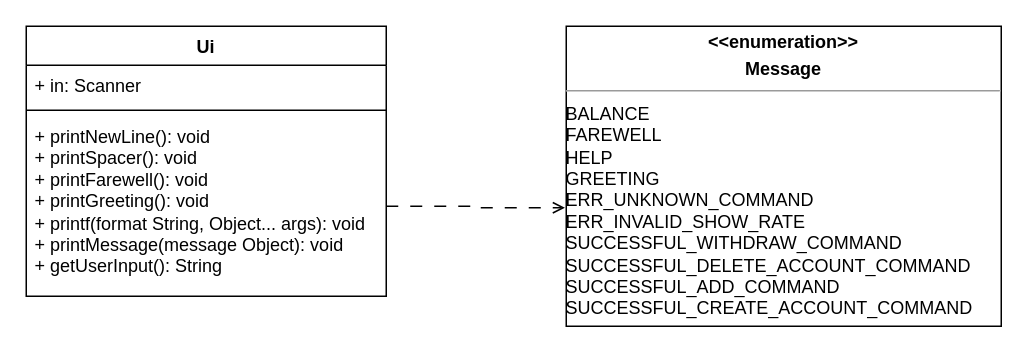
Above: diagrams/UiClassDiagram.drawio in woowenjun99/tp (draw.io), before the change. Source tidied: cells renumbered, new cells numbered last; positions are measured from the earlier drawing's top-left corner, leaving out a move shared by most shapes. Both pictures are drawn from the tidied source at 150%, with x=0, y=0 at pixel (26, 26).
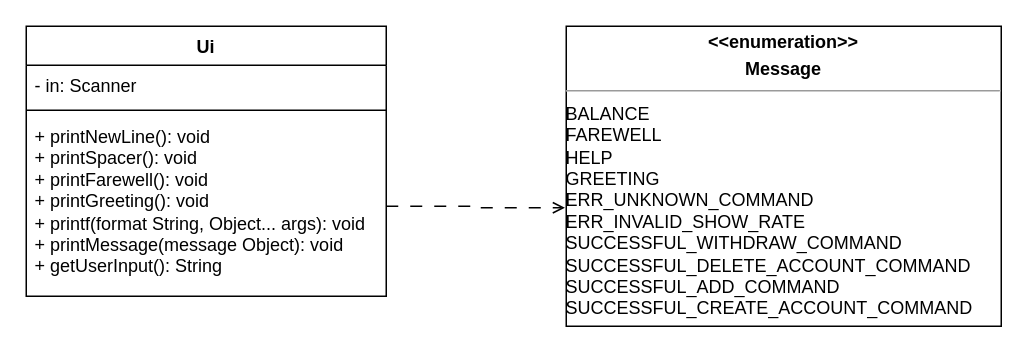
The same diagram, later.

Commit message:
Change the ui class diagram drawio

What changed in the source:
```diff
@@
 <mxGraphModel>
   <root>
     <mxCell id="0" />
     <mxCell id="1" parent="0" />
     <mxCell id="2" value="Ui" style="swimlane;fontStyle=1;align=center;verticalAlign=top;horizontal=1;startSize=26;whiteSpace=wrap;html=1;" parent="1" vertex="1">
       <mxGeometry width="240" height="180" as="geometry" />
     </mxCell>
-    <mxCell id="3" value="+ in: Scanner" style="text;strokeColor=none;fillColor=none;align=left;verticalAlign=top;spacingLeft=4;spacingRight=4;overflow=hidden;whiteSpace=wrap;html=1;" parent="2" vertex="1">
+    <mxCell id="3" value="- in: Scanner" style="text;strokeColor=none;fillColor=none;align=left;verticalAlign=top;spacingLeft=4;spacingRight=4;overflow=hidden;whiteSpace=wrap;html=1;" parent="2" vertex="1">
       <mxGeometry y="26" width="240" height="26" as="geometry" />
     </mxCell>
     <mxCell id="4" style="line;strokeWidth=1;fillColor=none;align=left;verticalAlign=middle;spacingTop=-1;spacingLeft=3;spacingRight=3;labelPosition=right;strokeColor=inherit;" parent="2" vertex="1">
       <mxGeometry y="52" width="240" height="8" as="geometry" />
     </mxCell>
     <mxCell id="5" value="+ printNewLine(): void&lt;br&gt;+ printSpacer(): void&lt;br&gt;+ printFarewell(): void&lt;br&gt;+ printGreeting(): void&lt;br&gt;+ printf(format String, Object... args): void&lt;br&gt;+ printMessage(message Object): void&lt;br&gt;+ getUserInput(): String" style="text;strokeColor=none;fillColor=none;align=left;verticalAlign=top;spacingLeft=4;spacingRight=4;overflow=hidden;points=[[0,0.5],[1,0.5]];portConstraint=eastwest;whiteSpace=wrap;html=1;" parent="2" vertex="1">
       <mxGeometry y="60" width="240" height="120" as="geometry" />
     </mxCell>
     <mxCell id="6" value="&lt;p style=&quot;margin:0px;margin-top:4px;text-align:center;&quot;&gt;&lt;b&gt;&amp;lt;&amp;lt;enumeration&amp;gt;&amp;gt;&lt;/b&gt;&lt;/p&gt;&lt;p style=&quot;margin:0px;margin-top:4px;text-align:center;&quot;&gt;&lt;b&gt;Message&lt;/b&gt;&lt;/p&gt;&lt;hr size=&quot;1&quot;&gt;&lt;div style=&quot;height:2px;&quot;&gt;&lt;br&gt;&lt;/div&gt;&lt;div style=&quot;height:2px;&quot;&gt;BALANCE&lt;br&gt;FAREWELL&lt;br&gt;HELP&lt;br&gt;GREETING&lt;br&gt;ERR_UNKNOWN_COMMAND&lt;br&gt;ERR_INVALID_SHOW_RATE&lt;br&gt;SUCCESSFUL_WITHDRAW_COMMAND&lt;br&gt;SUCCESSFUL_DELETE_ACCOUNT_COMMAND&lt;br&gt;SUCCESSFUL_ADD_COMMAND&lt;br&gt;SUCCESSFUL_CREATE_ACCOUNT_COMMAND&lt;/div&gt;" style="verticalAlign=top;align=left;overflow=fill;fontSize=12;fontFamily=Helvetica;html=1;whiteSpace=wrap;" parent="1" vertex="1">
       <mxGeometry x="360" width="290" height="200" as="geometry" />
     </mxCell>
     <mxCell id="7" style="edgeStyle=orthogonalEdgeStyle;rounded=0;jettySize=auto;html=1;entryX=-0.003;entryY=0.605;entryDx=0;entryDy=0;entryPerimeter=0;dashed=1;dashPattern=8 8;endArrow=open;endFill=0;" parent="1" edge="1" source="5" target="6">
       <mxGeometry relative="1" as="geometry" />
     </mxCell>
   </root>
 </mxGraphModel>
```
